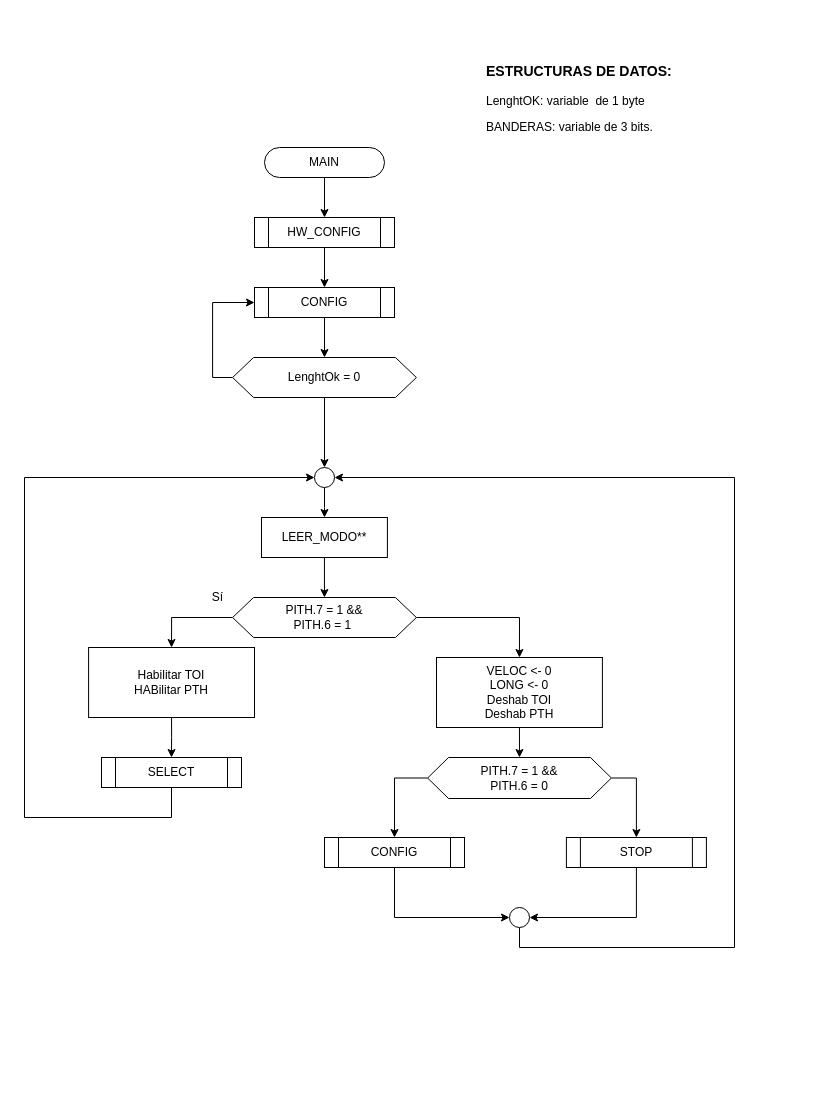
Above: Proyecto/diagrams/main.drawio in moisotico/Microprocesadores (draw.io), before the change. Source tidied: cells renumbered, new cells numbered last; positions are measured from the earlier drawing's top-left corner, leaving out a move shared by most shapes. Both pictures are drawn from the tidied source at 100%, with x=0, y=0 at pixel (24, 17).
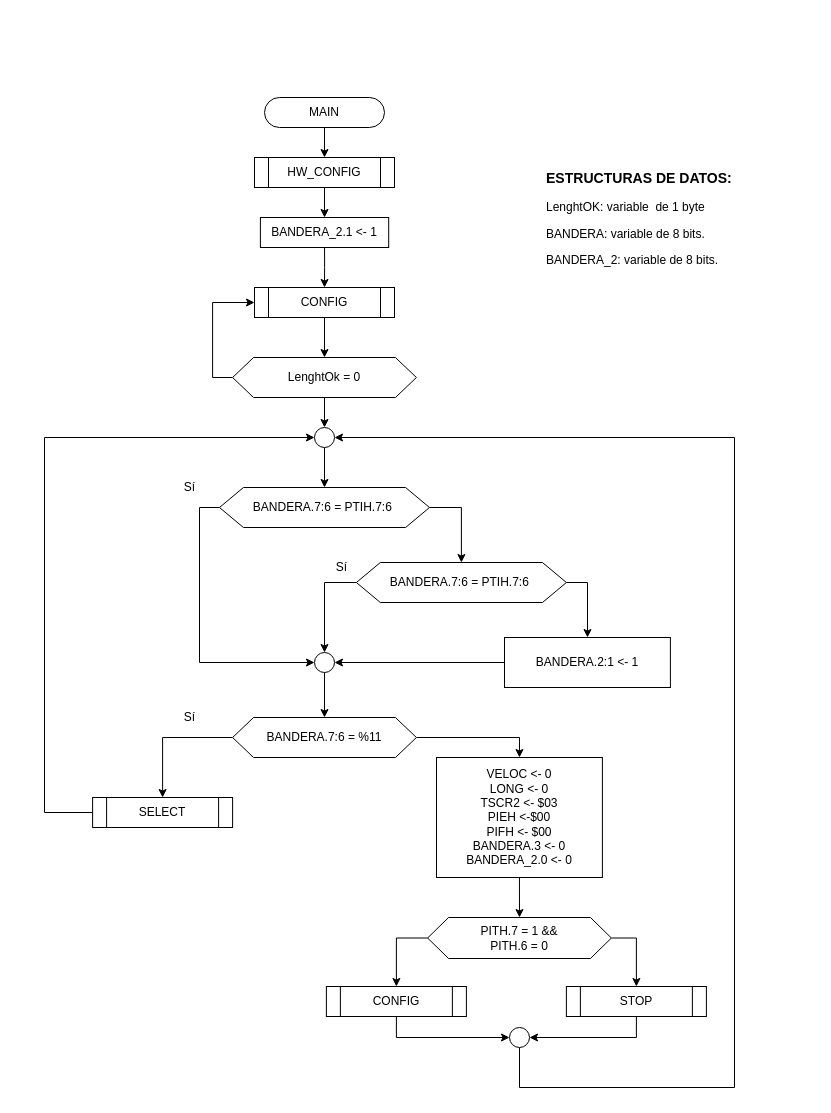
Above is the later version.

Unchanged cells that the change refers to:
```xml
<mxCell id="16" value="CONFIG" style="shape=process;whiteSpace=wrap;html=1;backgroundOutline=1;" parent="1" vertex="1">
  <mxGeometry x="230" y="270" width="140" height="30" as="geometry" />
</mxCell>
```

Diff of the diagram source:
```diff
@@
     <mxCell id="3" value="MAIN" style="rounded=1;whiteSpace=wrap;html=1;fontSize=12;glass=0;strokeWidth=1;shadow=0;arcSize=50;" parent="1" vertex="1">
-      <mxGeometry x="240" y="130" width="120" height="30" as="geometry" />
+      <mxGeometry x="240" y="80" width="120" height="30" as="geometry" />
     </mxCell>
-    <mxCell id="4" value="&lt;h3 style=&quot;text-align: center&quot;&gt;ESTRUCTURAS DE DATOS:&lt;/h3&gt;&lt;p&gt;&lt;span&gt;LenghtOK: variable&amp;nbsp; de 1 byte&lt;/span&gt;&lt;/p&gt;&lt;p&gt;BANDERAS: variable de 3 bits.&lt;/p&gt;&lt;p&gt;&lt;/p&gt;" style="text;html=1;strokeColor=none;fillColor=none;align=left;verticalAlign=middle;whiteSpace=wrap;rounded=0;" parent="1" vertex="1">
-      <mxGeometry x="460" width="268.7" height="160" as="geometry" />
+    <mxCell id="4" value="&lt;h3 style=&quot;text-align: center&quot;&gt;ESTRUCTURAS DE DATOS:&lt;/h3&gt;&lt;p&gt;&lt;span&gt;LenghtOK: variable&amp;nbsp; de 1 byte&lt;/span&gt;&lt;/p&gt;&lt;p&gt;BANDERA: variable de 8 bits.&lt;/p&gt;&lt;p&gt;BANDERA_2: variable de 8 bits.&lt;/p&gt;&lt;p&gt;&lt;/p&gt;" style="text;html=1;strokeColor=none;fillColor=none;align=left;verticalAlign=middle;whiteSpace=wrap;rounded=0;" parent="1" vertex="1">
+      <mxGeometry x="520" y="120" width="268.7" height="160" as="geometry" />
     </mxCell>
-    <mxCell id="5" style="edgeStyle=orthogonalEdgeStyle;rounded=0;jettySize=auto;html=1;exitX=0.5;exitY=1;exitDx=0;exitDy=0;entryX=0.5;entryY=0;entryDx=0;entryDy=0;" parent="1" edge="1" source="6" target="16">
-      <mxGeometry relative="1" as="geometry" />
-    </mxCell>
+    <mxCell id="35" style="edgeStyle=orthogonalEdgeStyle;rounded=0;jettySize=auto;html=1;exitX=0.5;exitY=1;exitDx=0;exitDy=0;entryX=0.5;entryY=0;entryDx=0;entryDy=0;" parent="1" edge="1" source="6" target="38">
+      <mxGeometry relative="1" as="geometry" />
+    </mxCell>
     <mxCell id="6" value="HW_CONFIG" style="shape=process;whiteSpace=wrap;html=1;backgroundOutline=1;" parent="1" vertex="1">
-      <mxGeometry x="230" y="200" width="140" height="30" as="geometry" />
+      <mxGeometry x="230" y="140" width="140" height="30" as="geometry" />
     </mxCell>
@@
-    <mxCell id="8" style="edgeStyle=orthogonalEdgeStyle;rounded=0;jettySize=auto;html=1;exitX=0;exitY=0.5;exitDx=0;exitDy=0;entryX=0.5;entryY=0;entryDx=0;entryDy=0;" parent="1" edge="1" source="9" target="22">
+    <mxCell id="8" style="edgeStyle=orthogonalEdgeStyle;rounded=0;jettySize=auto;html=1;exitX=0;exitY=0.5;exitDx=0;exitDy=0;entryX=0.5;entryY=0;entryDx=0;entryDy=0;" parent="1" edge="1" source="9" target="24">
       <mxGeometry relative="1" as="geometry" />
     </mxCell>
-    <mxCell id="9" value="&lt;span&gt;PITH.7 = 1 &amp;amp;&amp;amp;&lt;br&gt;&lt;/span&gt;PITH.6 = 1&amp;nbsp;&lt;span&gt;&lt;br&gt;&lt;/span&gt;" style="shape=hexagon;perimeter=hexagonPerimeter2;whiteSpace=wrap;html=1;size=0.11394117647058827;" parent="1" vertex="1">
-      <mxGeometry x="208.1" y="580" width="183.8" height="40" as="geometry" />
+    <mxCell id="9" value="BANDERA.7:6 = %11&lt;span&gt;&lt;br&gt;&lt;/span&gt;" style="shape=hexagon;perimeter=hexagonPerimeter2;whiteSpace=wrap;html=1;size=0.11394117647058827;" parent="1" vertex="1">
+      <mxGeometry x="208.1" y="700" width="183.8" height="40" as="geometry" />
     </mxCell>
-    <mxCell id="10" style="edgeStyle=orthogonalEdgeStyle;rounded=0;jettySize=auto;html=1;exitX=0.5;exitY=1;exitDx=0;exitDy=0;" parent="1" edge="1" source="11" target="9">
-      <mxGeometry relative="1" as="geometry" />
-    </mxCell>
-    <mxCell id="11" value="LEER_MODO**" style="rounded=0;whiteSpace=wrap;html=1;" parent="1" vertex="1">
-      <mxGeometry x="237" y="500" width="125.9" height="40" as="geometry" />
-    </mxCell>
@@
-    <mxCell id="17" style="edgeStyle=orthogonalEdgeStyle;rounded=0;jettySize=auto;html=1;exitX=0.5;exitY=1;exitDx=0;exitDy=0;" parent="1" edge="1" source="18" target="11">
-      <mxGeometry relative="1" as="geometry" />
-    </mxCell>
+    <mxCell id="36" style="edgeStyle=orthogonalEdgeStyle;rounded=0;jettySize=auto;html=1;exitX=0.5;exitY=1;exitDx=0;exitDy=0;entryX=0.5;entryY=0;entryDx=0;entryDy=0;" parent="1" edge="1" source="18" target="41">
+      <mxGeometry relative="1" as="geometry" />
+    </mxCell>
     <mxCell id="18" style="ellipse;whiteSpace=wrap;html=1;" parent="1" vertex="1">
-      <mxGeometry x="290" y="450" width="20" height="20" as="geometry" />
+      <mxGeometry x="290" y="410" width="20" height="20" as="geometry" />
     </mxCell>
@@
-    <mxCell id="20" value="VELOC &amp;lt;- 0&lt;br&gt;LONG &amp;lt;- 0&lt;br&gt;Deshab TOI&lt;br&gt;Deshab PTH" style="rounded=0;whiteSpace=wrap;html=1;" parent="1" vertex="1">
-      <mxGeometry x="412" y="640" width="165.9" height="70" as="geometry" />
+    <mxCell id="20" value="VELOC &amp;lt;- 0&lt;br&gt;LONG &amp;lt;- 0&lt;br&gt;TSCR2 &amp;lt;- $03&lt;br&gt;PIEH &amp;lt;-$00&lt;br&gt;PIFH &amp;lt;- $00&lt;br&gt;BANDERA.3 &amp;lt;- 0&lt;br&gt;BANDERA_2.0 &amp;lt;- 0" style="rounded=0;whiteSpace=wrap;html=1;" parent="1" vertex="1">
+      <mxGeometry x="412" y="740" width="165.9" height="120" as="geometry" />
     </mxCell>
-    <mxCell id="21" style="edgeStyle=orthogonalEdgeStyle;rounded=0;jettySize=auto;html=1;exitX=0.5;exitY=1;exitDx=0;exitDy=0;" parent="1" edge="1" source="22" target="24">
-      <mxGeometry relative="1" as="geometry" />
-    </mxCell>
-    <mxCell id="22" value="Habilitar TOI&lt;br&gt;HABilitar PTH" style="rounded=0;whiteSpace=wrap;html=1;" parent="1" vertex="1">
-      <mxGeometry x="64.1" y="630" width="165.9" height="70" as="geometry" />
-    </mxCell>
-    <mxCell id="23" style="edgeStyle=orthogonalEdgeStyle;rounded=0;jettySize=auto;html=1;exitX=0.5;exitY=1;exitDx=0;exitDy=0;entryX=0;entryY=0.5;entryDx=0;entryDy=0;" parent="1" edge="1" source="24" target="18">
+    <mxCell id="23" style="edgeStyle=orthogonalEdgeStyle;rounded=0;jettySize=auto;html=1;exitX=0;exitY=0.5;exitDx=0;exitDy=0;entryX=0;entryY=0.5;entryDx=0;entryDy=0;" parent="1" edge="1" source="24" target="18">
       <mxGeometry relative="1" as="geometry">
         <Array as="points">
-          <mxPoint x="147" y="800" />
-          <mxPoint y="800" />
-          <mxPoint y="460" />
+          <mxPoint x="20" y="795" />
+          <mxPoint x="20" y="420" />
         </Array>
       </mxGeometry>
     </mxCell>
     <mxCell id="24" value="SELECT" style="shape=process;whiteSpace=wrap;html=1;backgroundOutline=1;" parent="1" vertex="1">
-      <mxGeometry x="77" y="740" width="140" height="30" as="geometry" />
+      <mxGeometry x="68.1" y="780" width="140" height="30" as="geometry" />
     </mxCell>
@@
     <mxCell id="27" value="&lt;span&gt;PITH.7 = 1 &amp;amp;&amp;amp;&lt;br&gt;&lt;/span&gt;PITH.6 = 0&lt;span&gt;&lt;br&gt;&lt;/span&gt;" style="shape=hexagon;perimeter=hexagonPerimeter2;whiteSpace=wrap;html=1;size=0.11394117647058827;" parent="1" vertex="1">
-      <mxGeometry x="403.1" y="740" width="183.8" height="41" as="geometry" />
+      <mxGeometry x="403.1" y="900" width="183.8" height="41" as="geometry" />
     </mxCell>
@@
     <mxCell id="29" value="CONFIG" style="shape=process;whiteSpace=wrap;html=1;backgroundOutline=1;" parent="1" vertex="1">
-      <mxGeometry x="300" y="820" width="140" height="30" as="geometry" />
+      <mxGeometry x="301.9" y="969" width="140" height="30" as="geometry" />
     </mxCell>
@@
     <mxCell id="31" value="STOP" style="shape=process;whiteSpace=wrap;html=1;backgroundOutline=1;" parent="1" vertex="1">
-      <mxGeometry x="541.9" y="820" width="140" height="30" as="geometry" />
+      <mxGeometry x="541.9" y="969" width="140" height="30" as="geometry" />
     </mxCell>
     <mxCell id="32" style="edgeStyle=orthogonalEdgeStyle;rounded=0;jettySize=auto;html=1;exitX=0.5;exitY=1;exitDx=0;exitDy=0;entryX=1;entryY=0.5;entryDx=0;entryDy=0;" parent="1" edge="1" source="33" target="18">
       <mxGeometry relative="1" as="geometry">
         <Array as="points">
-          <mxPoint x="495" y="930" />
-          <mxPoint x="710" y="930" />
-          <mxPoint x="710" y="460" />
+          <mxPoint x="495" y="1070" />
+          <mxPoint x="710" y="1070" />
+          <mxPoint x="710" y="420" />
         </Array>
       </mxGeometry>
     </mxCell>
     <mxCell id="33" style="ellipse;whiteSpace=wrap;html=1;" parent="1" vertex="1">
-      <mxGeometry x="485" y="890" width="20" height="20" as="geometry" />
+      <mxGeometry x="485" y="1010" width="20" height="20" as="geometry" />
     </mxCell>
     <mxCell id="34" value="Sí" style="text;html=1;align=center;verticalAlign=middle;" parent="1" vertex="1">
-      <mxGeometry x="178.1" y="570" width="30" height="20" as="geometry" />
+      <mxGeometry x="150" y="690" width="30" height="20" as="geometry" />
     </mxCell>
+    <mxCell id="37" style="edgeStyle=orthogonalEdgeStyle;rounded=0;jettySize=auto;html=1;exitX=0.5;exitY=1;exitDx=0;exitDy=0;entryX=0.5;entryY=0;entryDx=0;entryDy=0;" parent="1" edge="1" source="38" target="16">
+      <mxGeometry relative="1" as="geometry" />
+    </mxCell>
+    <mxCell id="38" value="BANDERA_2.1 &amp;lt;- 1" style="rounded=0;whiteSpace=wrap;html=1;" parent="1" vertex="1">
+      <mxGeometry x="235.9" y="200" width="128.3" height="30" as="geometry" />
+    </mxCell>
+    <mxCell id="39" style="edgeStyle=orthogonalEdgeStyle;rounded=0;jettySize=auto;html=1;exitX=1;exitY=0.5;exitDx=0;exitDy=0;" parent="1" edge="1" source="41" target="44">
+      <mxGeometry relative="1" as="geometry" />
+    </mxCell>
+    <mxCell id="40" style="edgeStyle=orthogonalEdgeStyle;rounded=0;jettySize=auto;html=1;exitX=0;exitY=0.5;exitDx=0;exitDy=0;entryX=0;entryY=0.5;entryDx=0;entryDy=0;" parent="1" edge="1" source="41" target="48">
+      <mxGeometry relative="1" as="geometry" />
+    </mxCell>
+    <mxCell id="41" value="&lt;span&gt;BANDERA.7:6 = &lt;/span&gt;PTIH.7:6&amp;nbsp;&lt;span&gt;&lt;br&gt;&lt;/span&gt;" style="shape=hexagon;perimeter=hexagonPerimeter2;whiteSpace=wrap;html=1;size=0.11394117647058827;" parent="1" vertex="1">
+      <mxGeometry x="195" y="470" width="210" height="40" as="geometry" />
+    </mxCell>
+    <mxCell id="42" style="edgeStyle=orthogonalEdgeStyle;rounded=0;jettySize=auto;html=1;exitX=1;exitY=0.5;exitDx=0;exitDy=0;" parent="1" edge="1" source="44" target="46">
+      <mxGeometry relative="1" as="geometry" />
+    </mxCell>
+    <mxCell id="43" style="edgeStyle=orthogonalEdgeStyle;rounded=0;jettySize=auto;html=1;exitX=0;exitY=0.5;exitDx=0;exitDy=0;entryX=0.5;entryY=0;entryDx=0;entryDy=0;" parent="1" edge="1" source="44" target="48">
+      <mxGeometry relative="1" as="geometry" />
+    </mxCell>
+    <mxCell id="44" value="&lt;span&gt;BANDERA.7:6 = &lt;/span&gt;PTIH.7:6&amp;nbsp;&lt;span&gt;&lt;br&gt;&lt;/span&gt;" style="shape=hexagon;perimeter=hexagonPerimeter2;whiteSpace=wrap;html=1;size=0.11394117647058827;" parent="1" vertex="1">
+      <mxGeometry x="331.9" y="545" width="210" height="40" as="geometry" />
+    </mxCell>
+    <mxCell id="45" style="edgeStyle=orthogonalEdgeStyle;rounded=0;jettySize=auto;html=1;exitX=0;exitY=0.5;exitDx=0;exitDy=0;entryX=1;entryY=0.5;entryDx=0;entryDy=0;" parent="1" edge="1" source="46" target="48">
+      <mxGeometry relative="1" as="geometry" />
+    </mxCell>
+    <mxCell id="46" value="&lt;span&gt;BANDERA.2:1 &amp;lt;- 1&lt;/span&gt;" style="rounded=0;whiteSpace=wrap;html=1;" parent="1" vertex="1">
+      <mxGeometry x="480" y="620" width="165.9" height="50" as="geometry" />
+    </mxCell>
+    <mxCell id="47" style="edgeStyle=orthogonalEdgeStyle;rounded=0;jettySize=auto;html=1;exitX=0.5;exitY=1;exitDx=0;exitDy=0;entryX=0.5;entryY=0;entryDx=0;entryDy=0;" parent="1" edge="1" source="48" target="9">
+      <mxGeometry relative="1" as="geometry" />
+    </mxCell>
+    <mxCell id="48" style="ellipse;whiteSpace=wrap;html=1;" parent="1" vertex="1">
+      <mxGeometry x="290" y="635" width="20" height="20" as="geometry" />
+    </mxCell>
+    <mxCell id="49" value="Sí" style="text;html=1;align=center;verticalAlign=middle;" parent="1" vertex="1">
+      <mxGeometry x="150" y="460" width="30" height="20" as="geometry" />
+    </mxCell>
+    <mxCell id="50" value="Sí" style="text;html=1;align=center;verticalAlign=middle;" parent="1" vertex="1">
+      <mxGeometry x="301.9" y="540" width="30" height="20" as="geometry" />
+    </mxCell>
```
